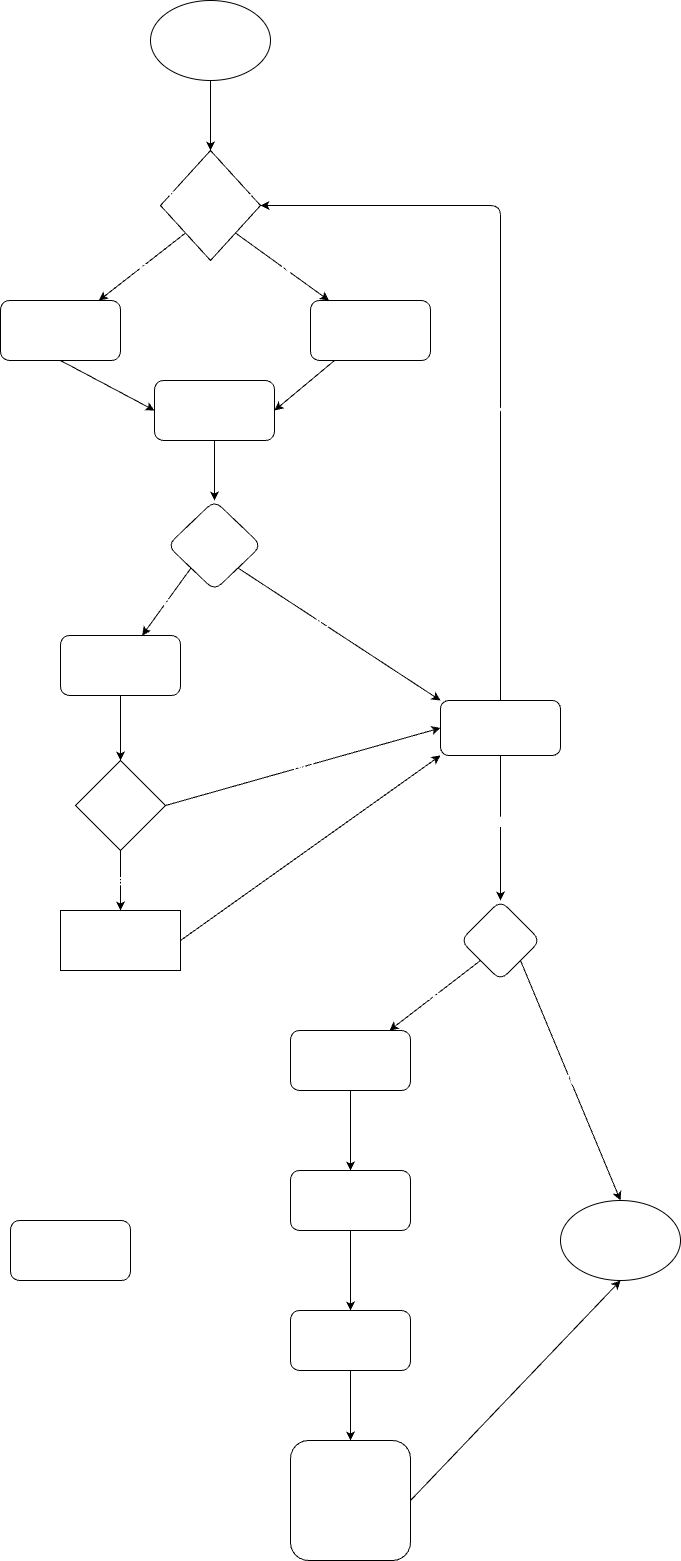
Before: explore/diagramming/diagram.drawio.png, a diagram exported from draw.io (Tianshi-Gong/sp24-cse110-lab4). Source tidied: cells renumbered, new cells last; positions are measured from the earlier drawing's top-left corner, leaving out a move shared by most shapes.
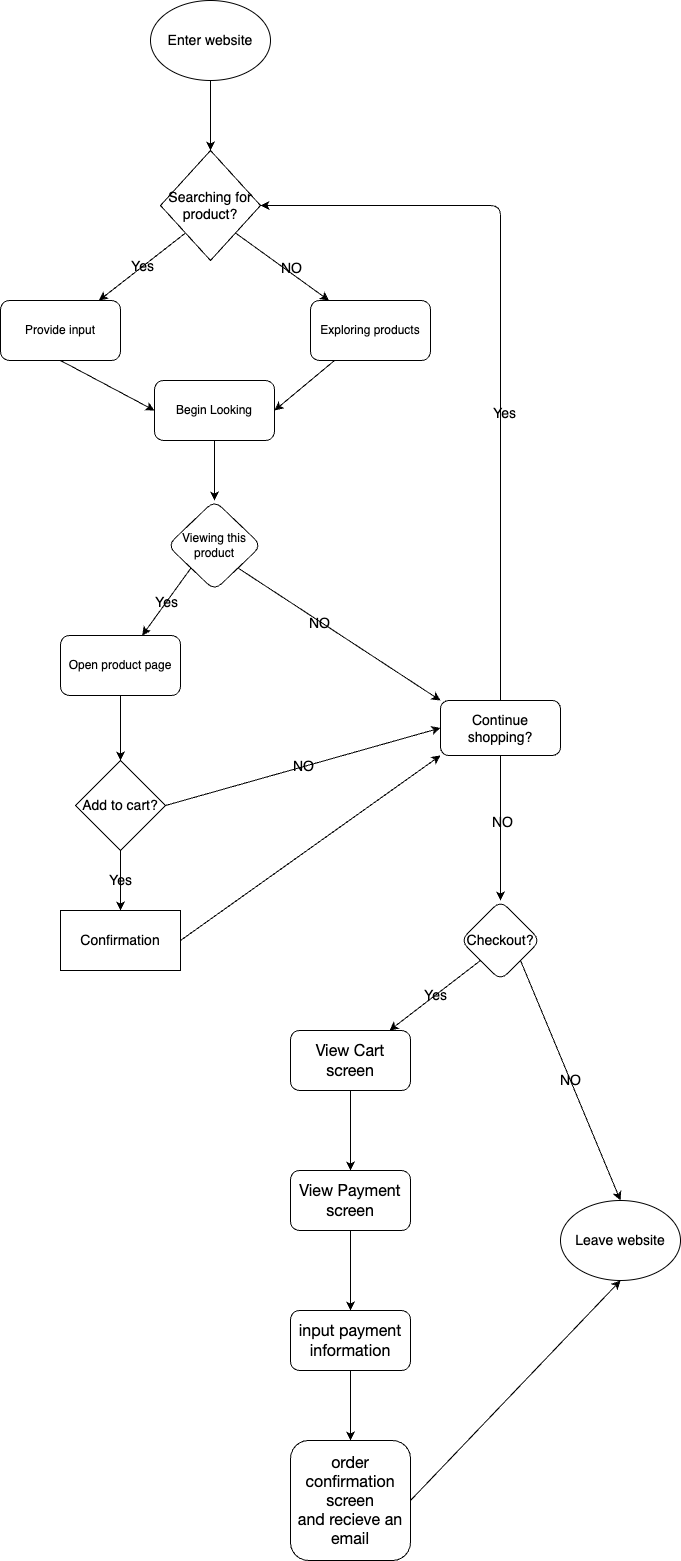
After the change.

The edit, as a diff of the source:
```diff
@@ -2,132 +2,129 @@
   <root>
     <mxCell id="0" />
     <mxCell id="1" parent="0" />
-    <mxCell id="2" style="edgeStyle=none;html=1;fontSize=14;entryX=0.5;entryY=0;entryDx=0;entryDy=0;exitX=0.5;exitY=1;exitDx=0;exitDy=0;fontColor=#FFFFFF;labelBackgroundColor=none;" parent="1" edge="1" source="41" target="28">
+    <mxCell id="2" style="edgeStyle=none;html=1;fontSize=14;entryX=0.5;entryY=0;entryDx=0;entryDy=0;exitX=0.5;exitY=1;exitDx=0;exitDy=0;fontColor=#000000;labelBackgroundColor=none;" parent="1" edge="1" source="41" target="28">
       <mxGeometry relative="1" as="geometry" />
     </mxCell>
-    <mxCell id="3" style="edgeStyle=none;html=1;fontSize=14;exitX=1;exitY=1;exitDx=0;exitDy=0;fontColor=#FFFFFF;labelBackgroundColor=none;" parent="1" edge="1" source="28" target="7">
+    <mxCell id="3" style="edgeStyle=none;html=1;fontSize=14;exitX=1;exitY=1;exitDx=0;exitDy=0;fontColor=#000000;labelBackgroundColor=none;" parent="1" edge="1" source="28" target="7">
       <mxGeometry relative="1" as="geometry" />
     </mxCell>
-    <mxCell id="4" value="NO" style="edgeLabel;html=1;align=center;verticalAlign=middle;fontSize=14;fontColor=#FFFFFF;labelBackgroundColor=none;" parent="3" vertex="1">
+    <mxCell id="4" value="NO" style="edgeLabel;html=1;align=center;verticalAlign=middle;fontSize=14;fontColor=#000000;labelBackgroundColor=none;" parent="3" vertex="1">
       <mxGeometry x="0.14" y="4" relative="1" as="geometry" />
     </mxCell>
-    <mxCell id="5" value="Yes" style="edgeStyle=none;html=1;fontSize=14;exitX=0;exitY=1;exitDx=0;exitDy=0;fontColor=#FFFFFF;labelBackgroundColor=none;" parent="1" edge="1" source="28" target="9">
+    <mxCell id="5" value="Yes" style="edgeStyle=none;html=1;fontSize=14;exitX=0;exitY=1;exitDx=0;exitDy=0;fontColor=#000000;labelBackgroundColor=none;" parent="1" edge="1" source="28" target="9">
       <mxGeometry relative="1" as="geometry" />
     </mxCell>
-    <mxCell id="6" style="edgeStyle=none;html=1;fontSize=14;entryX=1;entryY=0.5;entryDx=0;entryDy=0;fontColor=#FFFFFF;labelBackgroundColor=none;" parent="1" edge="1" source="7" target="11">
+    <mxCell id="6" style="edgeStyle=none;html=1;fontSize=14;entryX=1;entryY=0.5;entryDx=0;entryDy=0;fontColor=#000000;labelBackgroundColor=none;" parent="1" edge="1" source="7" target="11">
       <mxGeometry relative="1" as="geometry" />
     </mxCell>
-    <mxCell id="7" value="Exploring products" style="whiteSpace=wrap;html=1;rounded=1;fontColor=#FFFFFF;labelBackgroundColor=none;" parent="1" vertex="1">
+    <mxCell id="7" value="Exploring products" style="whiteSpace=wrap;html=1;rounded=1;fontColor=#000000;labelBackgroundColor=none;" parent="1" vertex="1">
       <mxGeometry x="310" y="300" width="120" height="60" as="geometry" />
     </mxCell>
-    <mxCell id="8" style="edgeStyle=none;html=1;exitX=0.5;exitY=1;exitDx=0;exitDy=0;entryX=0;entryY=0.5;entryDx=0;entryDy=0;fontSize=14;fontColor=#FFFFFF;labelBackgroundColor=none;" parent="1" edge="1" source="9" target="11">
+    <mxCell id="8" style="edgeStyle=none;html=1;exitX=0.5;exitY=1;exitDx=0;exitDy=0;entryX=0;entryY=0.5;entryDx=0;entryDy=0;fontSize=14;fontColor=#000000;labelBackgroundColor=none;" parent="1" edge="1" source="9" target="11">
       <mxGeometry relative="1" as="geometry" />
     </mxCell>
-    <mxCell id="9" value="Provide input" style="whiteSpace=wrap;html=1;rounded=1;fontColor=#FFFFFF;labelBackgroundColor=none;" parent="1" vertex="1">
+    <mxCell id="9" value="Provide input" style="whiteSpace=wrap;html=1;rounded=1;fontColor=#000000;labelBackgroundColor=none;" parent="1" vertex="1">
       <mxGeometry y="300" width="120" height="60" as="geometry" />
     </mxCell>
-    <mxCell id="10" style="edgeStyle=none;html=1;fontSize=14;fontColor=#FFFFFF;labelBackgroundColor=none;" parent="1" edge="1" source="11" target="15">
+    <mxCell id="10" style="edgeStyle=none;html=1;fontSize=14;fontColor=#000000;labelBackgroundColor=none;" parent="1" edge="1" source="11" target="15">
       <mxGeometry relative="1" as="geometry" />
     </mxCell>
-    <mxCell id="11" value="Begin Looking" style="whiteSpace=wrap;html=1;rounded=1;fontColor=#FFFFFF;labelBackgroundColor=none;" parent="1" vertex="1">
+    <mxCell id="11" value="Begin Looking" style="whiteSpace=wrap;html=1;rounded=1;fontColor=#000000;labelBackgroundColor=none;" parent="1" vertex="1">
       <mxGeometry x="154" y="380" width="120" height="60" as="geometry" />
     </mxCell>
-    <mxCell id="12" value="Yes" style="edgeStyle=none;html=1;fontSize=14;verticalAlign=middle;exitX=0;exitY=1;exitDx=0;exitDy=0;fontColor=#FFFFFF;labelBackgroundColor=none;" parent="1" edge="1" source="15" target="17">
+    <mxCell id="12" value="Yes" style="edgeStyle=none;html=1;fontSize=14;verticalAlign=middle;exitX=0;exitY=1;exitDx=0;exitDy=0;fontColor=#000000;labelBackgroundColor=none;" parent="1" edge="1" source="15" target="17">
       <mxGeometry relative="1" as="geometry" />
     </mxCell>
-    <mxCell id="13" style="edgeStyle=none;html=1;exitX=1;exitY=1;exitDx=0;exitDy=0;fontSize=14;entryX=0;entryY=0;entryDx=0;entryDy=0;fontColor=#FFFFFF;labelBackgroundColor=none;" parent="1" edge="1" source="15" target="22">
+    <mxCell id="13" style="edgeStyle=none;html=1;exitX=1;exitY=1;exitDx=0;exitDy=0;fontSize=14;entryX=0;entryY=0;entryDx=0;entryDy=0;fontColor=#000000;labelBackgroundColor=none;" parent="1" edge="1" source="15" target="22">
       <mxGeometry relative="1" as="geometry" />
     </mxCell>
-    <mxCell id="14" value="NO" style="edgeLabel;html=1;align=center;verticalAlign=middle;fontSize=14;fontColor=#FFFFFF;labelBackgroundColor=none;" parent="13" vertex="1">
+    <mxCell id="14" value="NO" style="edgeLabel;html=1;align=center;verticalAlign=middle;fontSize=14;fontColor=#000000;labelBackgroundColor=none;" parent="13" vertex="1">
       <mxGeometry x="-0.19" y="-2" relative="1" as="geometry" />
     </mxCell>
-    <mxCell id="15" value="Viewing this product" style="rhombus;whiteSpace=wrap;html=1;rounded=1;fontColor=#FFFFFF;labelBackgroundColor=none;" parent="1" vertex="1">
+    <mxCell id="15" value="Viewing this product" style="rhombus;whiteSpace=wrap;html=1;rounded=1;fontColor=#000000;labelBackgroundColor=none;" parent="1" vertex="1">
       <mxGeometry x="167" y="500" width="94" height="90" as="geometry" />
     </mxCell>
-    <mxCell id="16" style="edgeStyle=none;html=1;fontSize=14;fontColor=#FFFFFF;labelBackgroundColor=none;" parent="1" edge="1" source="17" target="25">
+    <mxCell id="16" style="edgeStyle=none;html=1;fontSize=14;fontColor=#000000;labelBackgroundColor=none;" parent="1" edge="1" source="17" target="25">
       <mxGeometry relative="1" as="geometry" />
     </mxCell>
-    <mxCell id="17" value="Open product page" style="whiteSpace=wrap;html=1;rounded=1;fontColor=#FFFFFF;labelBackgroundColor=none;" parent="1" vertex="1">
+    <mxCell id="17" value="Open product page" style="whiteSpace=wrap;html=1;rounded=1;fontColor=#000000;labelBackgroundColor=none;" parent="1" vertex="1">
       <mxGeometry x="60" y="635" width="120" height="60" as="geometry" />
     </mxCell>
-    <mxCell id="18" style="edgeStyle=none;html=1;exitX=0.5;exitY=0;exitDx=0;exitDy=0;entryX=1;entryY=0.5;entryDx=0;entryDy=0;fontSize=14;fontColor=#FFFFFF;labelBackgroundColor=none;" parent="1" edge="1" source="22" target="28">
+    <mxCell id="18" style="edgeStyle=none;html=1;exitX=0.5;exitY=0;exitDx=0;exitDy=0;entryX=1;entryY=0.5;entryDx=0;entryDy=0;fontSize=14;fontColor=#000000;labelBackgroundColor=none;" parent="1" edge="1" source="22" target="28">
       <mxGeometry relative="1" as="geometry">
         <Array as="points">
           <mxPoint x="500" y="205" />
         </Array>
       </mxGeometry>
     </mxCell>
-    <mxCell id="19" value="Yes" style="edgeLabel;html=1;align=center;verticalAlign=middle;fontSize=14;fontColor=#FFFFFF;labelBackgroundColor=none;" parent="18" vertex="1">
+    <mxCell id="19" value="Yes" style="edgeLabel;html=1;align=center;verticalAlign=middle;fontSize=14;fontColor=#000000;labelBackgroundColor=none;" parent="18" vertex="1">
       <mxGeometry x="-0.22" y="-3" relative="1" as="geometry" />
     </mxCell>
-    <mxCell id="20" style="edgeStyle=none;html=1;fontSize=14;fontColor=#FFFFFF;labelBackgroundColor=none;" parent="1" edge="1" source="22" target="31">
+    <mxCell id="20" style="edgeStyle=none;html=1;fontSize=14;fontColor=#000000;labelBackgroundColor=none;" parent="1" edge="1" source="22" target="31">
       <mxGeometry relative="1" as="geometry" />
     </mxCell>
-    <mxCell id="21" value="NO" style="edgeLabel;html=1;align=center;verticalAlign=middle;fontSize=14;fontColor=#FFFFFF;labelBackgroundColor=none;" parent="20" vertex="1">
+    <mxCell id="21" value="NO" style="edgeLabel;html=1;align=center;verticalAlign=middle;fontSize=14;fontColor=#000000;labelBackgroundColor=none;" parent="20" vertex="1">
       <mxGeometry x="-0.09" y="1" relative="1" as="geometry" />
     </mxCell>
-    <mxCell id="22" value="Continue shopping?" style="rounded=1;whiteSpace=wrap;html=1;fontSize=14;fontColor=#FFFFFF;labelBackgroundColor=none;" parent="1" vertex="1">
+    <mxCell id="22" value="Continue shopping?" style="rounded=1;whiteSpace=wrap;html=1;fontSize=14;fontColor=#000000;labelBackgroundColor=none;" parent="1" vertex="1">
       <mxGeometry x="440" y="700" width="120" height="55" as="geometry" />
     </mxCell>
-    <mxCell id="23" value="NO" style="edgeStyle=none;html=1;exitX=1;exitY=0.5;exitDx=0;exitDy=0;entryX=0;entryY=0.5;entryDx=0;entryDy=0;fontSize=14;fontColor=#FFFFFF;labelBackgroundColor=none;" parent="1" edge="1" source="25" target="22">
+    <mxCell id="23" value="NO" style="edgeStyle=none;html=1;exitX=1;exitY=0.5;exitDx=0;exitDy=0;entryX=0;entryY=0.5;entryDx=0;entryDy=0;fontSize=14;fontColor=#000000;labelBackgroundColor=none;" parent="1" edge="1" source="25" target="22">
       <mxGeometry relative="1" as="geometry" />
     </mxCell>
-    <mxCell id="24" value="Yes" style="edgeStyle=none;html=1;exitX=0.5;exitY=1;exitDx=0;exitDy=0;entryX=0.5;entryY=0;entryDx=0;entryDy=0;fontSize=14;fontColor=#FFFFFF;labelBackgroundColor=none;" parent="1" edge="1" source="25" target="27">
+    <mxCell id="24" value="Yes" style="edgeStyle=none;html=1;exitX=0.5;exitY=1;exitDx=0;exitDy=0;entryX=0.5;entryY=0;entryDx=0;entryDy=0;fontSize=14;fontColor=#000000;labelBackgroundColor=none;" parent="1" edge="1" source="25" target="27">
       <mxGeometry relative="1" as="geometry" />
     </mxCell>
-    <mxCell id="25" value="Add to cart?" style="rhombus;whiteSpace=wrap;html=1;fontSize=14;fontColor=#FFFFFF;labelBackgroundColor=none;" parent="1" vertex="1">
+    <mxCell id="25" value="Add to cart?" style="rhombus;whiteSpace=wrap;html=1;fontSize=14;fontColor=#000000;labelBackgroundColor=none;" parent="1" vertex="1">
       <mxGeometry x="75" y="760" width="90" height="90" as="geometry" />
     </mxCell>
-    <mxCell id="26" style="edgeStyle=none;html=1;exitX=1;exitY=0.5;exitDx=0;exitDy=0;entryX=0;entryY=1;entryDx=0;entryDy=0;fontSize=14;fontColor=#FFFFFF;labelBackgroundColor=none;" parent="1" edge="1" source="27" target="22">
+    <mxCell id="26" style="edgeStyle=none;html=1;exitX=1;exitY=0.5;exitDx=0;exitDy=0;entryX=0;entryY=1;entryDx=0;entryDy=0;fontSize=14;fontColor=#000000;labelBackgroundColor=none;" parent="1" edge="1" source="27" target="22">
       <mxGeometry relative="1" as="geometry" />
     </mxCell>
-    <mxCell id="27" value="Confirmation" style="whiteSpace=wrap;html=1;fontSize=14;fontColor=#FFFFFF;labelBackgroundColor=none;" parent="1" vertex="1">
+    <mxCell id="27" value="Confirmation" style="whiteSpace=wrap;html=1;fontSize=14;fontColor=#000000;labelBackgroundColor=none;" parent="1" vertex="1">
       <mxGeometry x="60" y="910" width="120" height="60" as="geometry" />
     </mxCell>
-    <mxCell id="28" value="Searching for product?" style="rhombus;whiteSpace=wrap;html=1;fontSize=14;fontColor=#FFFFFF;labelBackgroundColor=none;" parent="1" vertex="1">
+    <mxCell id="28" value="Searching for product?" style="rhombus;whiteSpace=wrap;html=1;fontSize=14;fontColor=#000000;labelBackgroundColor=none;" parent="1" vertex="1">
       <mxGeometry x="160" y="150" width="100" height="110" as="geometry" />
     </mxCell>
-    <mxCell id="29" value="NO" style="edgeStyle=none;html=1;fontSize=14;entryX=0.5;entryY=0;entryDx=0;entryDy=0;exitX=1;exitY=1;exitDx=0;exitDy=0;fontColor=#FFFFFF;labelBackgroundColor=none;" parent="1" edge="1" source="31" target="40">
+    <mxCell id="29" value="NO" style="edgeStyle=none;html=1;fontSize=14;entryX=0.5;entryY=0;entryDx=0;entryDy=0;exitX=1;exitY=1;exitDx=0;exitDy=0;fontColor=#000000;labelBackgroundColor=none;" parent="1" edge="1" source="31" target="40">
       <mxGeometry relative="1" as="geometry" />
     </mxCell>
-    <mxCell id="30" value="Yes" style="edgeStyle=none;html=1;fontSize=14;exitX=0;exitY=1;exitDx=0;exitDy=0;fontColor=#FFFFFF;labelBackgroundColor=none;" parent="1" edge="1" source="31" target="33">
+    <mxCell id="30" value="Yes" style="edgeStyle=none;html=1;fontSize=14;exitX=0;exitY=1;exitDx=0;exitDy=0;fontColor=#000000;labelBackgroundColor=none;" parent="1" edge="1" source="31" target="33">
       <mxGeometry relative="1" as="geometry" />
     </mxCell>
-    <mxCell id="31" value="Checkout?" style="rhombus;whiteSpace=wrap;html=1;fontSize=14;rounded=1;fontColor=#FFFFFF;labelBackgroundColor=none;" parent="1" vertex="1">
+    <mxCell id="31" value="Checkout?" style="rhombus;whiteSpace=wrap;html=1;fontSize=14;rounded=1;fontColor=#000000;labelBackgroundColor=none;" parent="1" vertex="1">
       <mxGeometry x="460" y="900" width="80" height="80" as="geometry" />
     </mxCell>
-    <mxCell id="32" style="edgeStyle=none;html=1;fontSize=14;fontColor=#FFFFFF;labelBackgroundColor=none;" parent="1" edge="1" source="33" target="35">
+    <mxCell id="32" style="edgeStyle=none;html=1;fontSize=14;fontColor=#000000;labelBackgroundColor=none;" parent="1" edge="1" source="33" target="35">
       <mxGeometry relative="1" as="geometry" />
     </mxCell>
-    <mxCell id="33" value="&lt;span style=&quot;caret-color: rgb(0, 0, 0); font-family: &amp;quot;Lato Extended&amp;quot;, Lato, &amp;quot;Helvetica Neue&amp;quot;, Helvetica, Arial, sans-serif; font-size: 16px; text-align: left; text-size-adjust: auto;&quot;&gt;&lt;font&gt;View Cart screen&lt;/font&gt;&lt;/span&gt;" style="whiteSpace=wrap;html=1;fontSize=14;rounded=1;gradientColor=none;fontColor=#FFFFFF;labelBackgroundColor=none;" parent="1" vertex="1">
+    <mxCell id="33" value="&lt;span style=&quot;caret-color: rgb(0, 0, 0); font-family: &amp;quot;Lato Extended&amp;quot;, Lato, &amp;quot;Helvetica Neue&amp;quot;, Helvetica, Arial, sans-serif; font-size: 16px; text-align: left; text-size-adjust: auto;&quot;&gt;&lt;font&gt;View Cart screen&lt;/font&gt;&lt;/span&gt;" style="whiteSpace=wrap;html=1;fontSize=14;rounded=1;gradientColor=none;fontColor=#000000;labelBackgroundColor=none;" parent="1" vertex="1">
       <mxGeometry x="290" y="1030" width="120" height="60" as="geometry" />
     </mxCell>
-    <mxCell id="34" style="edgeStyle=none;html=1;fontSize=14;fontColor=#FFFFFF;labelBackgroundColor=none;" parent="1" edge="1" source="35" target="37">
+    <mxCell id="34" style="edgeStyle=none;html=1;fontSize=14;fontColor=#000000;labelBackgroundColor=none;" parent="1" edge="1" source="35" target="37">
       <mxGeometry relative="1" as="geometry" />
     </mxCell>
-    <mxCell id="35" value="&lt;span style=&quot;caret-color: rgb(0, 0, 0); font-family: &amp;quot;Lato Extended&amp;quot;, Lato, &amp;quot;Helvetica Neue&amp;quot;, Helvetica, Arial, sans-serif; font-size: 16px; text-align: left; text-size-adjust: auto;&quot;&gt;&lt;font&gt;View Payment screen&lt;/font&gt;&lt;/span&gt;" style="whiteSpace=wrap;html=1;fontSize=14;rounded=1;fontColor=#FFFFFF;labelBackgroundColor=none;" parent="1" vertex="1">
+    <mxCell id="35" value="&lt;span style=&quot;caret-color: rgb(0, 0, 0); font-family: &amp;quot;Lato Extended&amp;quot;, Lato, &amp;quot;Helvetica Neue&amp;quot;, Helvetica, Arial, sans-serif; font-size: 16px; text-align: left; text-size-adjust: auto;&quot;&gt;&lt;font&gt;View Payment screen&lt;/font&gt;&lt;/span&gt;" style="whiteSpace=wrap;html=1;fontSize=14;rounded=1;fontColor=#000000;labelBackgroundColor=none;" parent="1" vertex="1">
       <mxGeometry x="290" y="1170" width="120" height="60" as="geometry" />
     </mxCell>
-    <mxCell id="36" style="edgeStyle=none;html=1;fontSize=14;fontColor=#FFFFFF;exitX=0.5;exitY=1;exitDx=0;exitDy=0;labelBackgroundColor=none;" parent="1" edge="1" source="37" target="39">
+    <mxCell id="36" style="edgeStyle=none;html=1;fontSize=14;fontColor=#000000;exitX=0.5;exitY=1;exitDx=0;exitDy=0;labelBackgroundColor=none;" parent="1" edge="1" source="37" target="39">
       <mxGeometry relative="1" as="geometry" />
     </mxCell>
-    <mxCell id="37" value="&lt;span style=&quot;caret-color: rgb(0, 0, 0); font-family: &amp;quot;Lato Extended&amp;quot;, Lato, &amp;quot;Helvetica Neue&amp;quot;, Helvetica, Arial, sans-serif; font-size: 16px; text-align: left; text-size-adjust: auto;&quot;&gt;&lt;font&gt;input payment information&lt;/font&gt;&lt;/span&gt;" style="whiteSpace=wrap;html=1;fontSize=14;rounded=1;fontColor=#FFFFFF;labelBackgroundColor=none;" parent="1" vertex="1">
+    <mxCell id="37" value="&lt;span style=&quot;caret-color: rgb(0, 0, 0); font-family: &amp;quot;Lato Extended&amp;quot;, Lato, &amp;quot;Helvetica Neue&amp;quot;, Helvetica, Arial, sans-serif; font-size: 16px; text-align: left; text-size-adjust: auto;&quot;&gt;&lt;font&gt;input payment information&lt;/font&gt;&lt;/span&gt;" style="whiteSpace=wrap;html=1;fontSize=14;rounded=1;fontColor=#000000;labelBackgroundColor=none;" parent="1" vertex="1">
       <mxGeometry x="290" y="1310" width="120" height="60" as="geometry" />
     </mxCell>
-    <mxCell id="38" style="edgeStyle=none;html=1;exitX=1;exitY=0.5;exitDx=0;exitDy=0;entryX=0.5;entryY=1;entryDx=0;entryDy=0;fontSize=14;fontColor=#FFFFFF;labelBackgroundColor=none;" parent="1" edge="1" source="39" target="40">
+    <mxCell id="38" style="edgeStyle=none;html=1;exitX=1;exitY=0.5;exitDx=0;exitDy=0;entryX=0.5;entryY=1;entryDx=0;entryDy=0;fontSize=14;fontColor=#000000;labelBackgroundColor=none;" parent="1" edge="1" source="39" target="40">
       <mxGeometry relative="1" as="geometry" />
     </mxCell>
-    <mxCell id="39" value="&lt;span style=&quot;caret-color: rgb(0, 0, 0); font-family: &amp;quot;Lato Extended&amp;quot;, Lato, &amp;quot;Helvetica Neue&amp;quot;, Helvetica, Arial, sans-serif; font-size: 16px; text-align: left; text-size-adjust: auto;&quot;&gt;&lt;font style=&quot;&quot;&gt;order confirmation screen&lt;br&gt;and recieve an email&lt;br&gt;&lt;/font&gt;&lt;/span&gt;" style="whiteSpace=wrap;html=1;fontSize=14;rounded=1;fontColor=#FFFFFF;labelBackgroundColor=none;" parent="1" vertex="1">
+    <mxCell id="39" value="&lt;span style=&quot;caret-color: rgb(0, 0, 0); font-family: &amp;quot;Lato Extended&amp;quot;, Lato, &amp;quot;Helvetica Neue&amp;quot;, Helvetica, Arial, sans-serif; font-size: 16px; text-align: left; text-size-adjust: auto;&quot;&gt;&lt;font style=&quot;&quot;&gt;order confirmation screen&lt;br&gt;and recieve an email&lt;br&gt;&lt;/font&gt;&lt;/span&gt;" style="whiteSpace=wrap;html=1;fontSize=14;rounded=1;fontColor=#000000;labelBackgroundColor=none;" parent="1" vertex="1">
       <mxGeometry x="290" y="1440" width="120" height="120" as="geometry" />
     </mxCell>
-    <mxCell id="40" value="Leave website" style="ellipse;whiteSpace=wrap;html=1;labelBackgroundColor=none;fontSize=14;fontColor=#FFFFFF;" parent="1" vertex="1">
+    <mxCell id="40" value="Leave website" style="ellipse;whiteSpace=wrap;html=1;labelBackgroundColor=none;fontSize=14;fontColor=#000000;" parent="1" vertex="1">
       <mxGeometry x="560" y="1200" width="120" height="80" as="geometry" />
     </mxCell>
-    <mxCell id="41" value="Enter website" style="ellipse;whiteSpace=wrap;html=1;labelBackgroundColor=none;fontSize=14;fontColor=#FFFFFF;gradientColor=none;" parent="1" vertex="1">
+    <mxCell id="41" value="Enter website" style="ellipse;whiteSpace=wrap;html=1;labelBackgroundColor=none;fontSize=14;fontColor=#000000;gradientColor=none;" parent="1" vertex="1">
       <mxGeometry x="150" width="120" height="80" as="geometry" />
     </mxCell>
-    <mxCell id="42" value="dsfdfs" style="rounded=1;whiteSpace=wrap;html=1;labelBackgroundColor=none;fontColor=#FFFFFF;" parent="1" vertex="1">
-      <mxGeometry x="10" y="1220" width="120" height="60" as="geometry" />
-    </mxCell>
   </root>
 </mxGraphModel>
```
